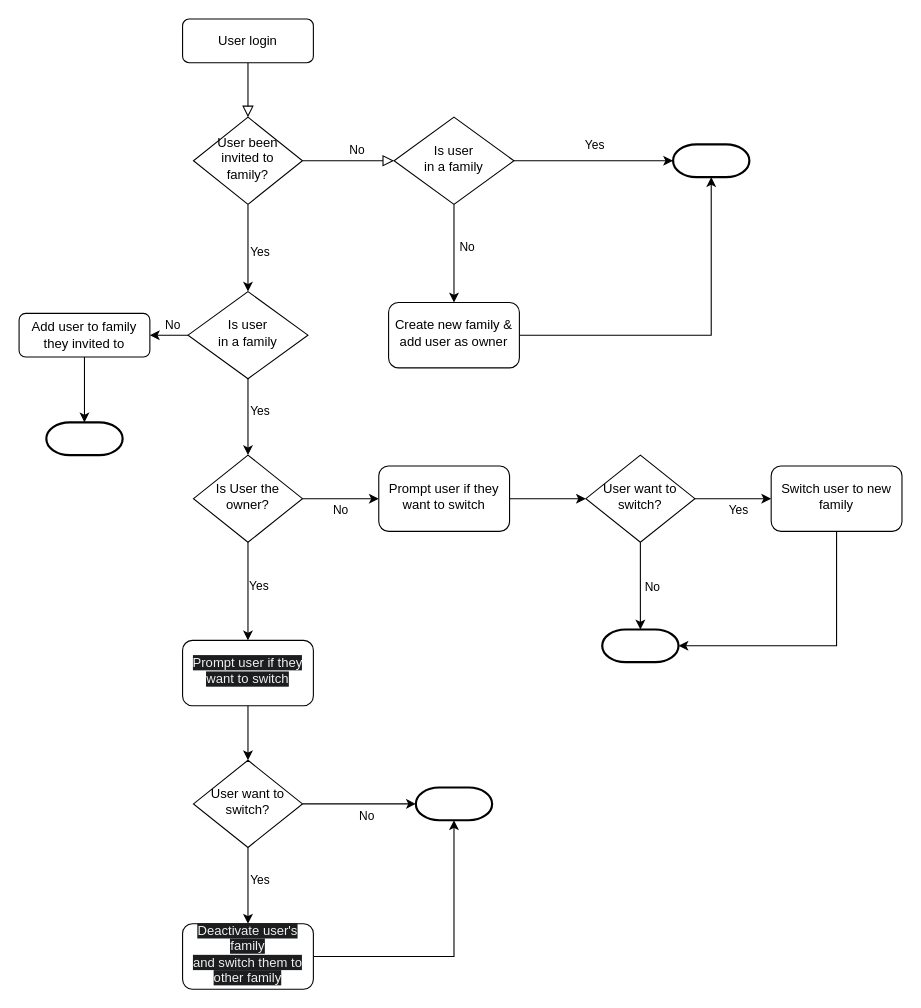
Before: apps/family-budget-api/documentation/family-invite.drawio in Jdrew001/family-budget, a draw.io diagram. Source tidied: cells renumbered, new cells numbered last; positions are measured from the earlier drawing's top-left corner, leaving out a move shared by most shapes. Both pictures are drawn from the tidied source at 109%, with x=0, y=0 at pixel (19, 19).
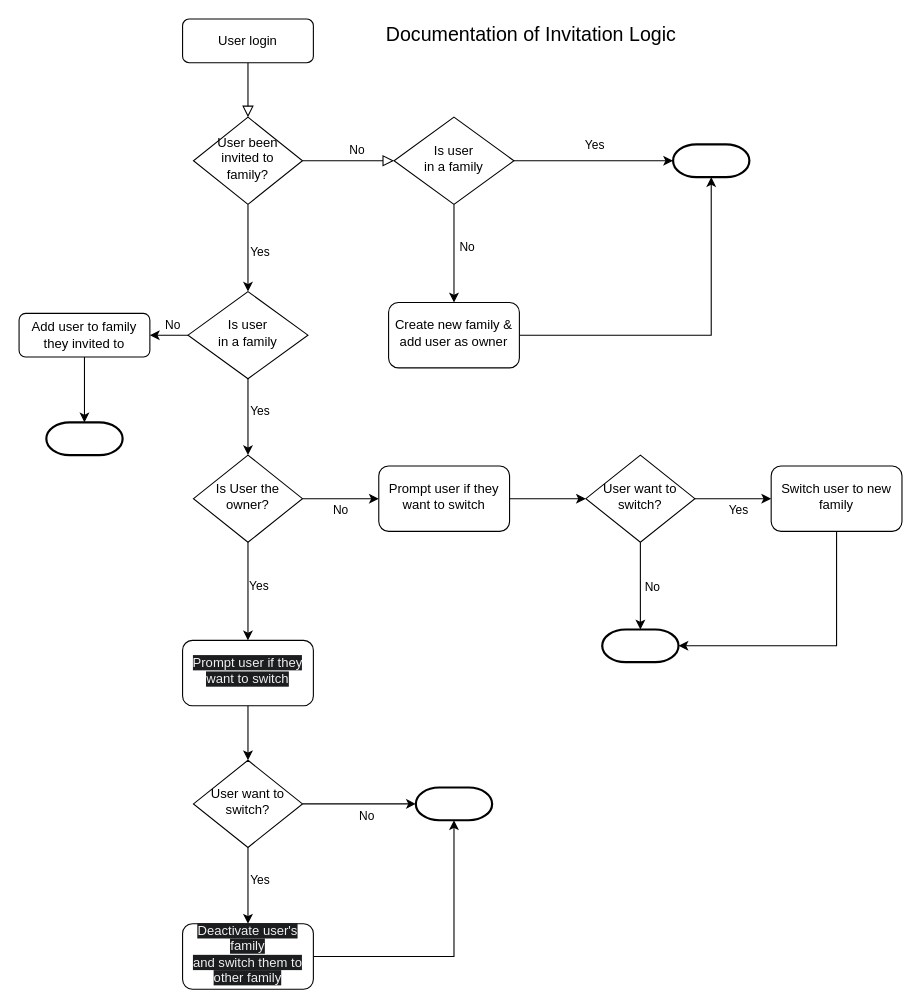
The same diagram, later.

Commit message (it also covers changes not shown here):
updated family logic

What changed in the source:
```diff
@@
+    <mxCell id="48" value="&lt;font style=&quot;font-size: 18px;&quot;&gt;Documentation of Invitation Logic&lt;/font&gt;" style="text;html=1;strokeColor=none;fillColor=none;align=center;verticalAlign=middle;whiteSpace=wrap;rounded=0;" parent="1" vertex="1">
+      <mxGeometry x="310" width="320" height="30" as="geometry" />
+    </mxCell>
```
